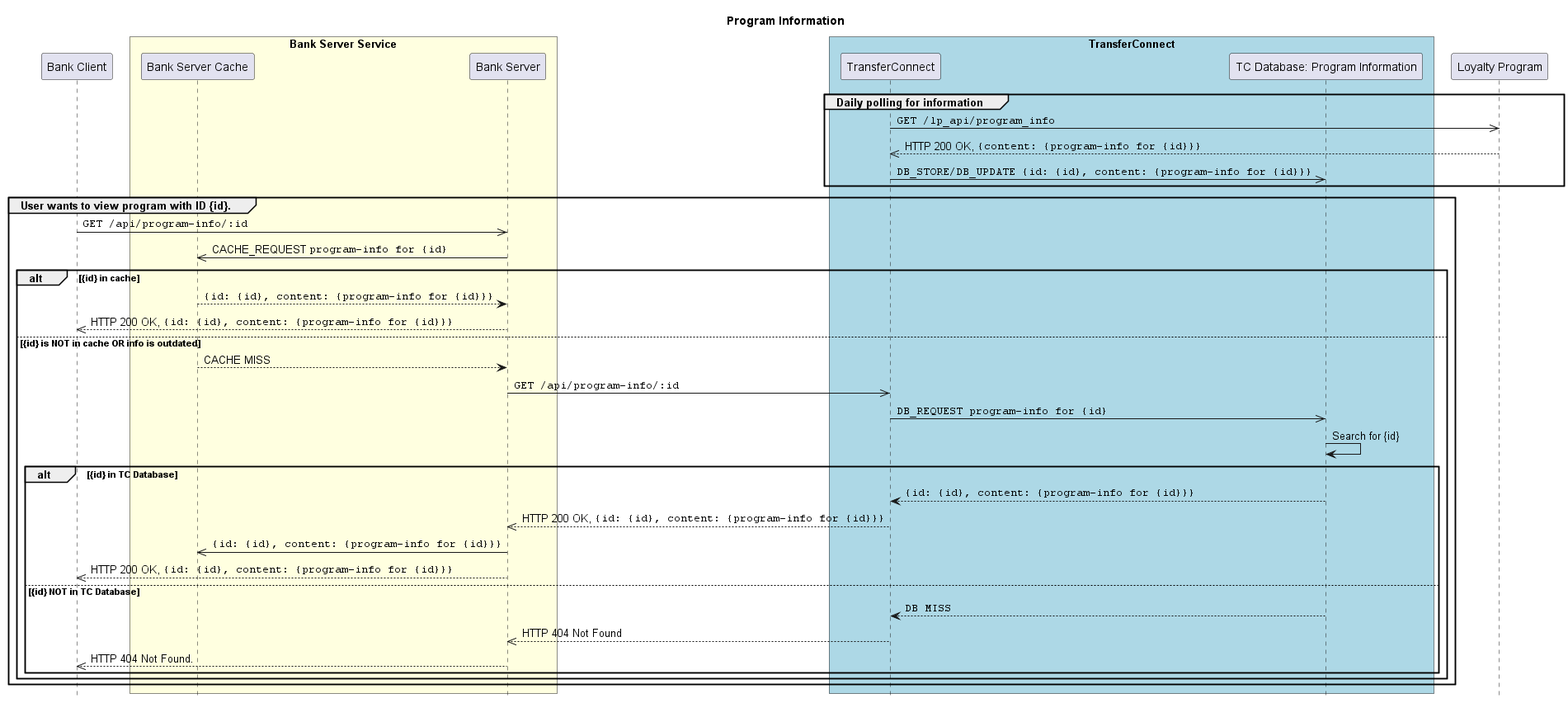
Rye123/esc-transferconnect keeps this PlantUML diagram as diagrams/Program Information Sequence Diagram.png. Above is the earlier version. Its diagram source:
```plantuml
@startuml Program Information Sequence Diagram
skinparam ParticipantPadding 10
skinparam BoxPadding 5

hide footbox
title **Program Information**

participant BankClient as "Bank Client"

box "Bank Server Service" #LightYellow
  participant BankCache as "Bank Server Cache"
  participant BankServer as "Bank Server"
end box

box "TransferConnect" #LightBlue
  participant TransferConnect as "TransferConnect"
  participant TCInfoDB as "TC Database: Program Information"
end box

participant LoyaltyProgram as "Loyalty Program"

group Daily polling for information
  TransferConnect ->> LoyaltyProgram: ""GET /lp_api/program_info""
  TransferConnect <<-- LoyaltyProgram: HTTP 200 OK, ""{content: {program-info for {id}}}""
  TransferConnect ->> TCInfoDB: ""DB_STORE/DB_UPDATE {id: {id}, content: {program-info for {id}}}""
end

group User wants to view program with ID {id}.
  BankClient ->> BankServer: ""GET /api/program-info/:id""

  BankCache <<- BankServer: CACHE_REQUEST ""program-info for {id}""
  alt {id} in cache
    BankCache --> BankServer: ""{id: {id}, content: {program-info for {id}}}""
    BankClient <<-- BankServer: HTTP 200 OK, ""{id: {id}, content: {program-info for {id}}}""
  else {id} is NOT in cache OR info is outdated
    BankCache --> BankServer: CACHE MISS
    BankServer ->> TransferConnect: ""GET /api/program-info/:id""
    TransferConnect ->> TCInfoDB: ""DB_REQUEST program-info for {id}""
    TCInfoDB -> TCInfoDB: Search for {id}
    alt {id} in TC Database
      TransferConnect <-- TCInfoDB: ""{id: {id}, content: {program-info for {id}}}""
      BankServer <<-- TransferConnect: HTTP 200 OK, ""{id: {id}, content: {program-info for {id}}}""
      BankCache <<- BankServer: ""{id: {id}, content: {program-info for {id}}}""
      BankClient <<-- BankServer: HTTP 200 OK, ""{id: {id}, content: {program-info for {id}}}""
    else {id} NOT in TC Database
      TransferConnect <-- TCInfoDB: ""DB MISS""
      BankServer <<-- TransferConnect: HTTP 404 Not Found
      BankClient <<-- BankServer: HTTP 404 Not Found.
    end
  end
end
@enduml
```
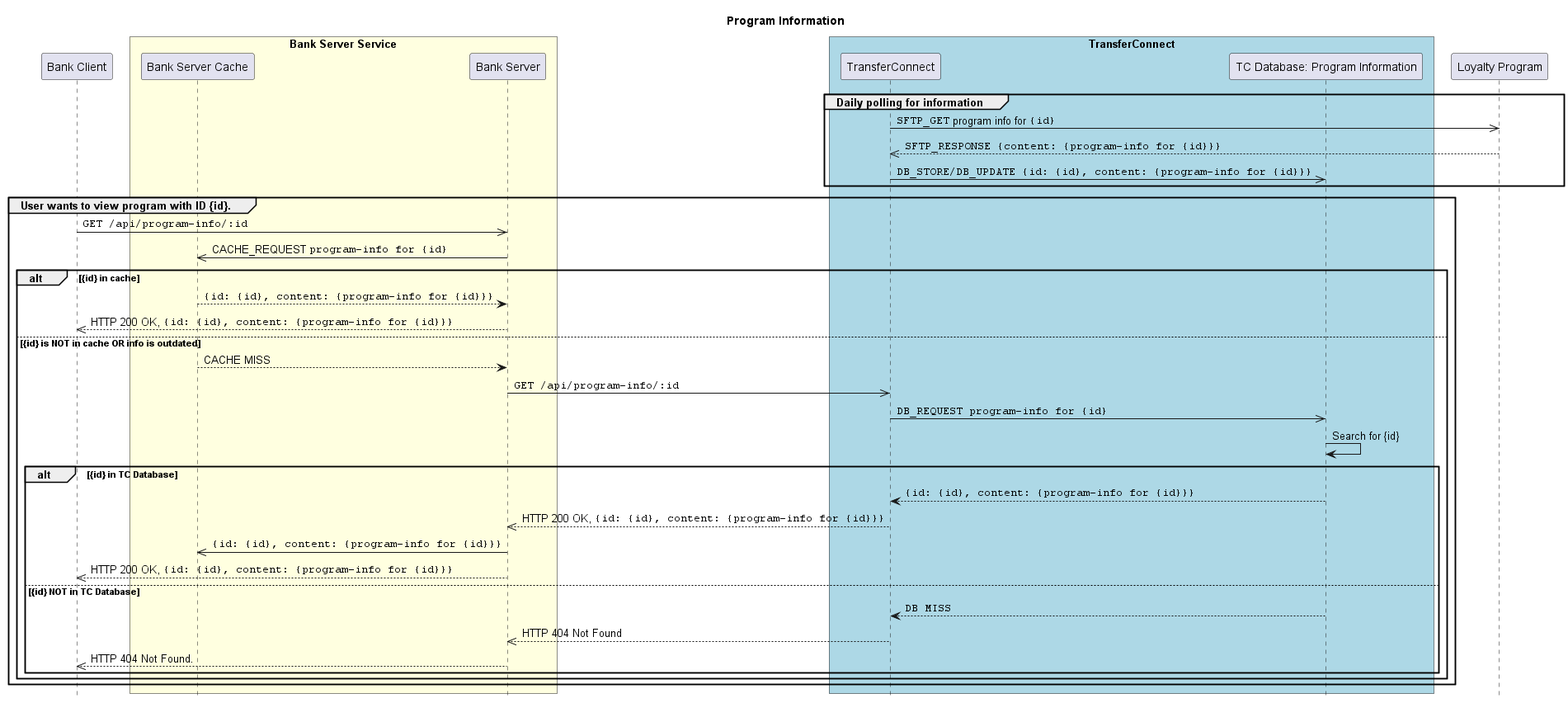
The same file after the commit.

Commit message:
fix: modify Program Info diagram

Change to the diagram source:
```diff
@@ -20,8 +20,8 @@
 participant LoyaltyProgram as "Loyalty Program"
 
 group Daily polling for information
-  TransferConnect ->> LoyaltyProgram: ""GET /lp_api/program_info""
-  TransferConnect <<-- LoyaltyProgram: HTTP 200 OK, ""{content: {program-info for {id}}}""
+  TransferConnect ->> LoyaltyProgram: ""SFTP_GET"" program info for ""{id}""
+  TransferConnect <<-- LoyaltyProgram: ""SFTP_RESPONSE {content: {program-info for {id}}}""
   TransferConnect ->> TCInfoDB: ""DB_STORE/DB_UPDATE {id: {id}, content: {program-info for {id}}}""
 end
 
```
